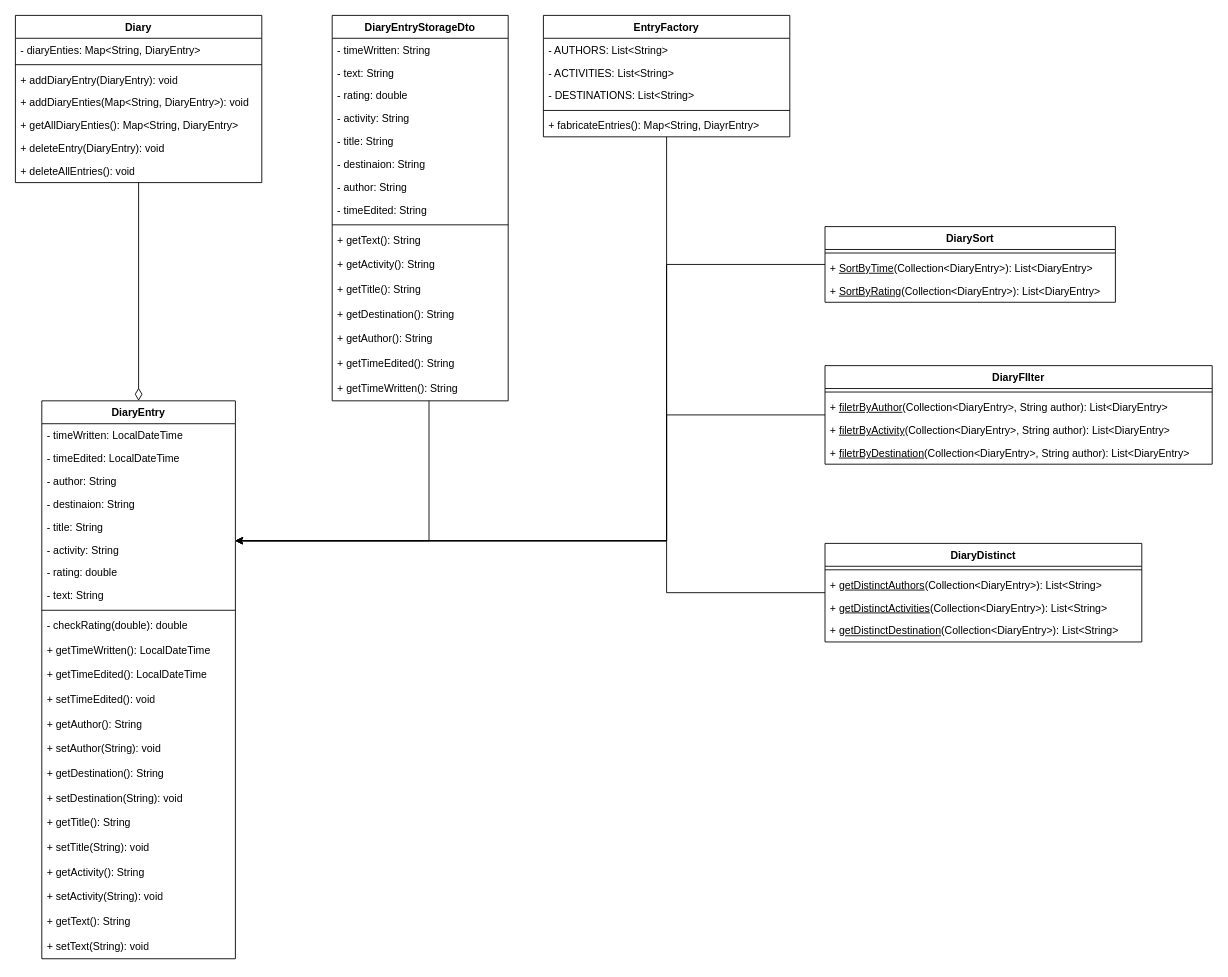
The draw.io diagram diagrams/DomainClassesDiagram.drawio in NTNU-IDI/mappe-2025-eliashaugsbakk, before the edit. Source tidied: cells renumbered, new cells numbered last; positions are measured from the earlier drawing's top-left corner, leaving out a move shared by most shapes. Both pictures are drawn from the tidied source at 88%, with x=0, y=0 at pixel (15, 15).
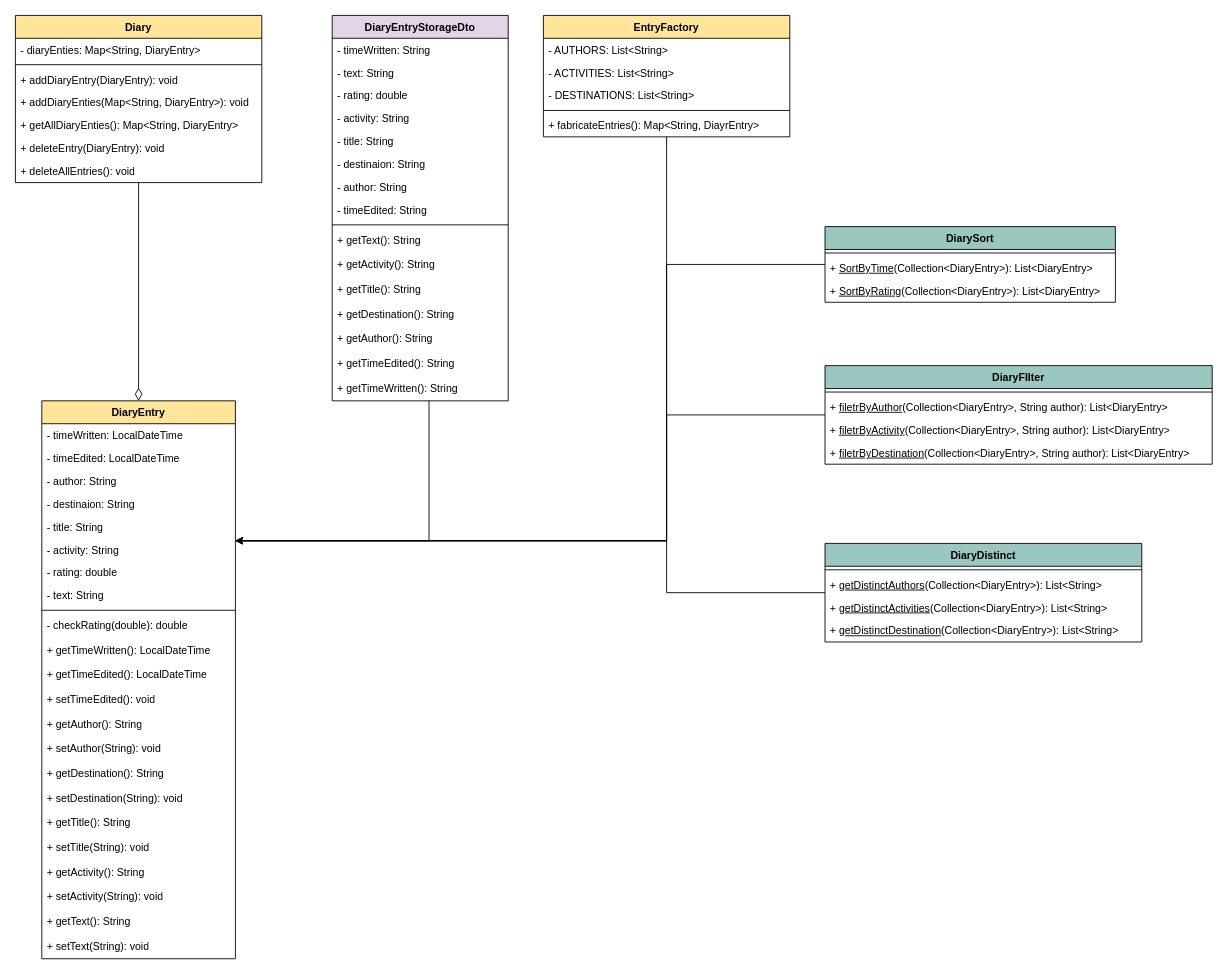
After the change.

Diff of the diagram source:
```diff
@@
-    <mxCell id="3" value="Diary" style="swimlane;fontStyle=1;align=center;verticalAlign=top;horizontal=1;startSize=26;whiteSpace=wrap;html=1;" parent="1" vertex="1">
+    <mxCell id="3" value="Diary" style="swimlane;fontStyle=1;align=center;verticalAlign=top;horizontal=1;startSize=26;whiteSpace=wrap;html=1;fillColor=#FFE599;" parent="1" vertex="1">
       <mxGeometry width="280" height="190" as="geometry" />
     </mxCell>
@@
-    <mxCell id="11" value="DiaryEntry" style="swimlane;fontStyle=1;align=center;verticalAlign=top;horizontal=1;startSize=26;whiteSpace=wrap;html=1;" parent="1" vertex="1">
+    <mxCell id="11" value="DiaryEntry" style="swimlane;fontStyle=1;align=center;verticalAlign=top;horizontal=1;startSize=26;whiteSpace=wrap;html=1;fillColor=#FFE599;" parent="1" vertex="1">
       <mxGeometry x="30" y="438" width="220" height="634" as="geometry" />
     </mxCell>
@@
-    <mxCell id="36" value="DiaryEntryStorageDto" style="swimlane;fontStyle=1;align=center;verticalAlign=top;horizontal=1;startSize=26;whiteSpace=wrap;html=1;" parent="1" vertex="1">
+    <mxCell id="36" value="DiaryEntryStorageDto" style="swimlane;fontStyle=1;align=center;verticalAlign=top;horizontal=1;startSize=26;whiteSpace=wrap;html=1;fillColor=#E1D5E7;" parent="1" vertex="1">
       <mxGeometry x="360" width="200" height="438" as="geometry" />
     </mxCell>
@@
-    <mxCell id="54" value="EntryFactory" style="swimlane;fontStyle=1;align=center;verticalAlign=top;horizontal=1;startSize=26;whiteSpace=wrap;html=1;" parent="1" vertex="1">
+    <mxCell id="54" value="EntryFactory" style="swimlane;fontStyle=1;align=center;verticalAlign=top;horizontal=1;startSize=26;whiteSpace=wrap;html=1;fillColor=#FFE599;" parent="1" vertex="1">
       <mxGeometry x="600" width="280" height="138" as="geometry" />
     </mxCell>
@@
-    <mxCell id="61" value="DiaryDistinct" style="swimlane;fontStyle=1;align=center;verticalAlign=top;horizontal=1;startSize=26;whiteSpace=wrap;html=1;" parent="1" vertex="1">
+    <mxCell id="61" value="DiaryDistinct" style="swimlane;fontStyle=1;align=center;verticalAlign=top;horizontal=1;startSize=26;whiteSpace=wrap;html=1;fillColor=#9AC7BF;" parent="1" vertex="1">
       <mxGeometry x="920" y="600" width="360" height="112" as="geometry" />
     </mxCell>
@@
-    <mxCell id="67" value="DiarySort" style="swimlane;fontStyle=1;align=center;verticalAlign=top;horizontal=1;startSize=26;whiteSpace=wrap;html=1;" parent="1" vertex="1">
+    <mxCell id="67" value="DiarySort" style="swimlane;fontStyle=1;align=center;verticalAlign=top;horizontal=1;startSize=26;whiteSpace=wrap;html=1;fillColor=#9AC7BF;" parent="1" vertex="1">
       <mxGeometry x="920" y="240" width="330" height="86" as="geometry" />
     </mxCell>
@@
-    <mxCell id="72" value="DiaryFIlter" style="swimlane;fontStyle=1;align=center;verticalAlign=top;horizontal=1;startSize=26;whiteSpace=wrap;html=1;" parent="1" vertex="1">
+    <mxCell id="72" value="DiaryFIlter" style="swimlane;fontStyle=1;align=center;verticalAlign=top;horizontal=1;startSize=26;whiteSpace=wrap;html=1;fillColor=#9AC7BF;" parent="1" vertex="1">
       <mxGeometry x="920" y="398" width="440" height="112" as="geometry" />
     </mxCell>
```
